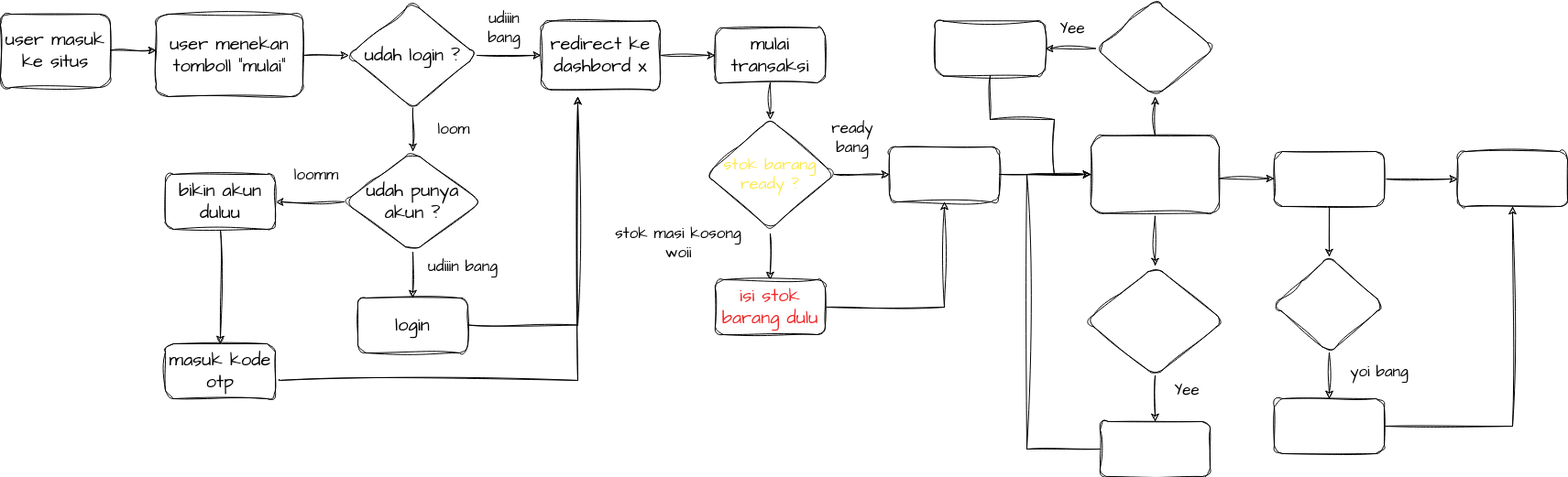
Above: Untitled Diagram.drawio.png in Petrichor-Dev/mypos (draw.io), before the change. Source tidied: cells renumbered, new cells last; positions are measured from the earlier drawing's top-left corner, leaving out a move shared by most shapes.
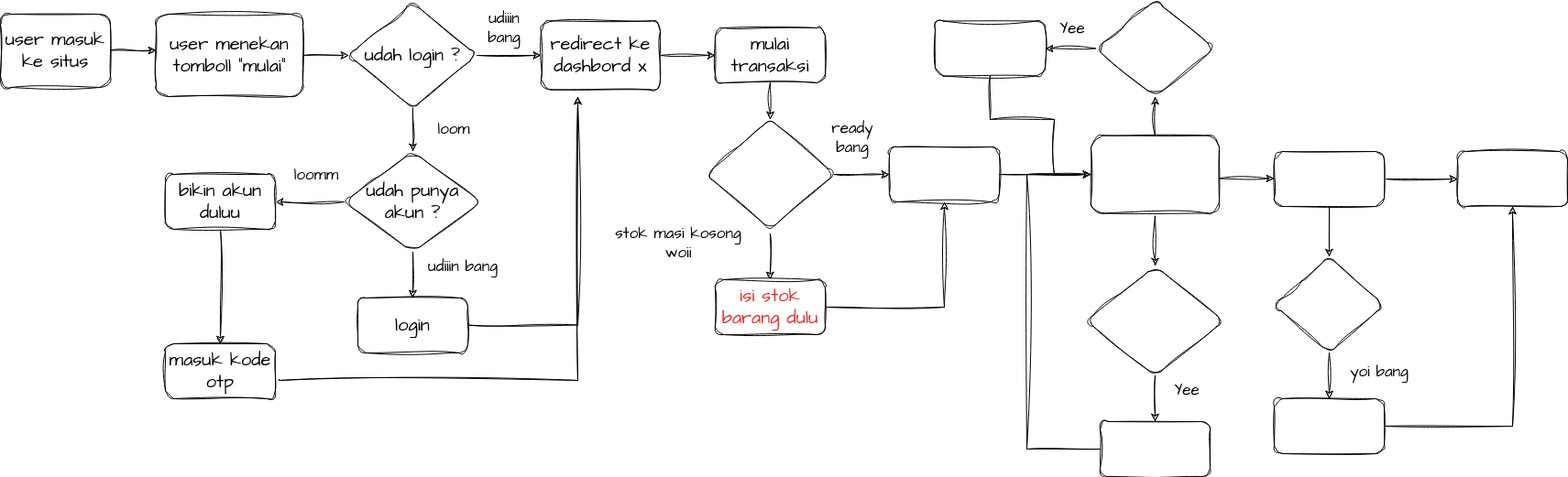
Above is the later version.

The edit, as a diff of the source:
```diff
@@ -98,7 +98,7 @@
     <mxCell id="28" style="edgeStyle=orthogonalEdgeStyle;rounded=0;sketch=1;hachureGap=4;jiggle=2;curveFitting=1;jettySize=auto;html=1;fontFamily=Architects Daughter;fontSource=https%3A%2F%2Ffonts.googleapis.com%2Fcss%3Ffamily%3DArchitects%2BDaughter;fontSize=14;fontColor=#fce94f;" parent="1" edge="1" source="29" target="31">
       <mxGeometry relative="1" as="geometry" />
     </mxCell>
-    <mxCell id="29" value="&lt;div style=&quot;font-size: 18px;&quot;&gt;&lt;font style=&quot;font-size: 18px;&quot;&gt;stok barang &lt;br&gt;&lt;/font&gt;&lt;/div&gt;&lt;div style=&quot;font-size: 18px;&quot;&gt;&lt;font style=&quot;font-size: 18px;&quot;&gt;ready&lt;/font&gt;&lt;font style=&quot;font-size: 18px;&quot;&gt; ?&lt;/font&gt;&lt;/div&gt;" style="rhombus;whiteSpace=wrap;html=1;fontSize=14;fontFamily=Architects Daughter;rounded=1;sketch=1;curveFitting=1;jiggle=2;hachureGap=4;fontSource=https%3A%2F%2Ffonts.googleapis.com%2Fcss%3Ffamily%3DArchitects%2BDaughter;fontColor=#fce94f;align=center;verticalAlign=middle;spacing=2;" parent="1" vertex="1">
+    <mxCell id="29" value="&lt;div style=&quot;font-size: 18px;&quot;&gt;&lt;font style=&quot;font-size: 18px;&quot; color=&quot;#ffffff&quot;&gt;stok barang &lt;br&gt;&lt;/font&gt;&lt;/div&gt;&lt;div style=&quot;font-size: 18px;&quot;&gt;&lt;font style=&quot;font-size: 18px;&quot; color=&quot;#ffffff&quot;&gt;ready&lt;/font&gt;&lt;font style=&quot;font-size: 18px;&quot; color=&quot;#ffffff&quot;&gt; ?&lt;/font&gt;&lt;/div&gt;" style="rhombus;whiteSpace=wrap;html=1;fontSize=14;fontFamily=Architects Daughter;rounded=1;sketch=1;curveFitting=1;jiggle=2;hachureGap=4;fontSource=https%3A%2F%2Ffonts.googleapis.com%2Fcss%3Ffamily%3DArchitects%2BDaughter;fontColor=#fce94f;align=center;verticalAlign=middle;spacing=2;" parent="1" vertex="1">
       <mxGeometry x="770" y="200" width="140" height="120" as="geometry" />
     </mxCell>
     <mxCell id="30" style="edgeStyle=orthogonalEdgeStyle;rounded=0;sketch=1;hachureGap=4;jiggle=2;curveFitting=1;jettySize=auto;html=1;fontFamily=Architects Daughter;fontSource=https%3A%2F%2Ffonts.googleapis.com%2Fcss%3Ffamily%3DArchitects%2BDaughter;fontSize=18;fontColor=#ffffff;" parent="1" edge="1" source="31" target="39">
```
